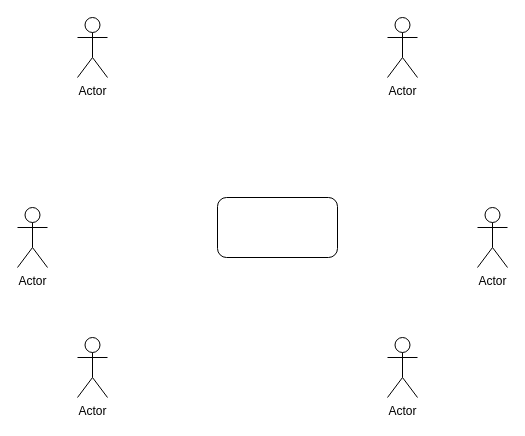
The draw.io diagram Diagramme_de_contexte_statique.drawio in Adjaro/Modelisation, before the edit. Source tidied: cells renumbered, new cells numbered last; positions are measured from the earlier drawing's top-left corner, leaving out a move shared by most shapes. Both pictures are drawn from the tidied source at 100%, with x=0, y=0 at pixel (17, 17).
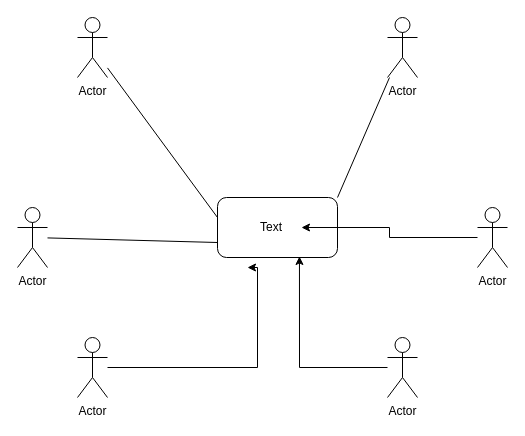
The same page after the edit.

Commit message (it also covers changes not shown here):
Mettre à jour Diagramme_de_contexte_statique.drawio

Diff of the diagram source:
```diff
@@
 <mxGraphModel>
   <root>
     <mxCell id="0" />
     <mxCell id="1" parent="0" />
     <mxCell id="2" value="Actor" style="shape=umlActor;verticalLabelPosition=bottom;verticalAlign=top;html=1;outlineConnect=0;" parent="1" vertex="1">
       <mxGeometry y="190" width="30" height="60" as="geometry" />
     </mxCell>
     <mxCell id="3" style="rounded=1;whiteSpace=wrap;html=1;" parent="1" vertex="1">
       <mxGeometry x="200" y="180" width="120" height="60" as="geometry" />
     </mxCell>
+    <mxCell id="9" style="edgeStyle=orthogonalEdgeStyle;rounded=0;jettySize=auto;html=1;" parent="1" edge="1" source="4" target="12">
+      <mxGeometry relative="1" as="geometry" />
+    </mxCell>
     <mxCell id="4" value="Actor" style="shape=umlActor;verticalLabelPosition=bottom;verticalAlign=top;html=1;outlineConnect=0;" parent="1" vertex="1">
       <mxGeometry x="460" y="190" width="30" height="60" as="geometry" />
     </mxCell>
     <mxCell id="5" value="Actor" style="shape=umlActor;verticalLabelPosition=bottom;verticalAlign=top;html=1;outlineConnect=0;" parent="1" vertex="1">
       <mxGeometry x="60" width="30" height="60" as="geometry" />
     </mxCell>
+    <mxCell id="10" style="edgeStyle=orthogonalEdgeStyle;rounded=0;jettySize=auto;html=1;" parent="1" edge="1" source="6">
+      <mxGeometry relative="1" as="geometry">
+        <mxPoint x="230" y="250" as="targetPoint" />
+        <Array as="points">
+          <mxPoint x="240" y="350" />
+          <mxPoint x="240" y="250" />
+        </Array>
+      </mxGeometry>
+    </mxCell>
     <mxCell id="6" value="Actor" style="shape=umlActor;verticalLabelPosition=bottom;verticalAlign=top;html=1;outlineConnect=0;" parent="1" vertex="1">
       <mxGeometry x="60" y="320" width="30" height="60" as="geometry" />
     </mxCell>
     <mxCell id="7" value="Actor" style="shape=umlActor;verticalLabelPosition=bottom;verticalAlign=top;html=1;outlineConnect=0;" parent="1" vertex="1">
       <mxGeometry x="370" width="30" height="60" as="geometry" />
     </mxCell>
+    <mxCell id="11" style="edgeStyle=orthogonalEdgeStyle;rounded=0;jettySize=auto;html=1;entryX=0.683;entryY=0.983;entryDx=0;entryDy=0;entryPerimeter=0;" parent="1" edge="1" source="8" target="3">
+      <mxGeometry relative="1" as="geometry" />
+    </mxCell>
     <mxCell id="8" value="Actor" style="shape=umlActor;verticalLabelPosition=bottom;verticalAlign=top;html=1;outlineConnect=0;" parent="1" vertex="1">
       <mxGeometry x="370" y="320" width="30" height="60" as="geometry" />
     </mxCell>
+    <mxCell id="12" value="Text" style="text;html=1;strokeColor=none;fillColor=none;align=center;verticalAlign=middle;whiteSpace=wrap;rounded=0;" parent="1" vertex="1">
+      <mxGeometry x="224" y="195" width="60" height="30" as="geometry" />
+    </mxCell>
+    <mxCell id="13" style="endArrow=none;html=1;rounded=0;" parent="1" edge="1" target="5">
+      <mxGeometry relative="1" as="geometry">
+        <mxPoint x="200" y="200" as="sourcePoint" />
+      </mxGeometry>
+    </mxCell>
+    <mxCell id="14" style="endArrow=none;html=1;rounded=0;" parent="1" edge="1" target="7">
+      <mxGeometry relative="1" as="geometry">
+        <mxPoint x="320" y="180" as="sourcePoint" />
+      </mxGeometry>
+    </mxCell>
+    <mxCell id="15" style="endArrow=none;html=1;rounded=0;exitX=0;exitY=0.75;exitDx=0;exitDy=0;" parent="1" edge="1" source="3" target="2">
+      <mxGeometry relative="1" as="geometry" />
+    </mxCell>
   </root>
 </mxGraphModel>
```
